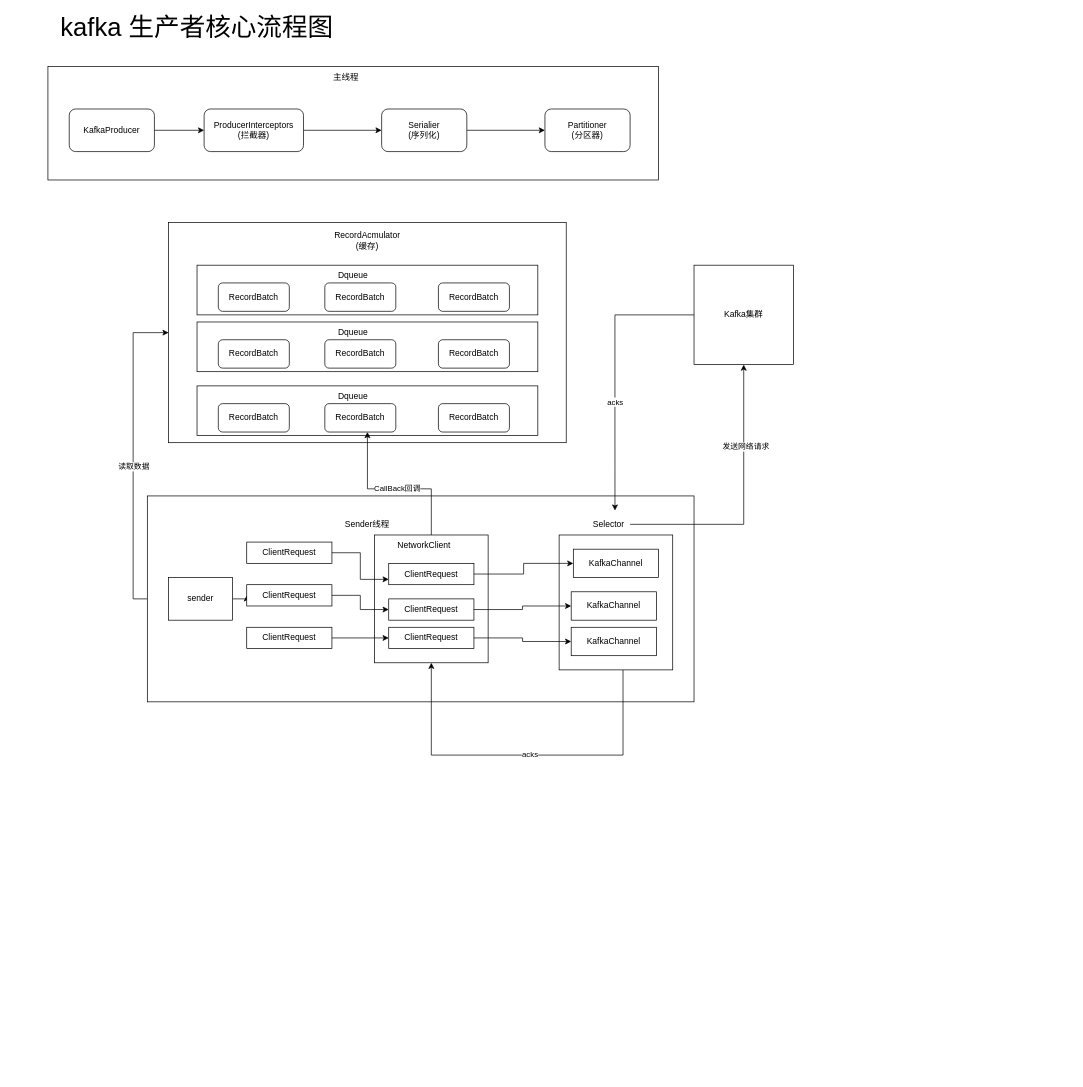
Earlier version of the draw.io diagram KAFKA源码.drawio (heyuan-sys/testgit). Source tidied: cells renumbered, new cells numbered last; positions are measured from the earlier drawing's top-left corner, leaving out a move shared by most shapes. Both pictures are drawn from the tidied source at 71%, with x=0, y=0 at pixel (48, 16).
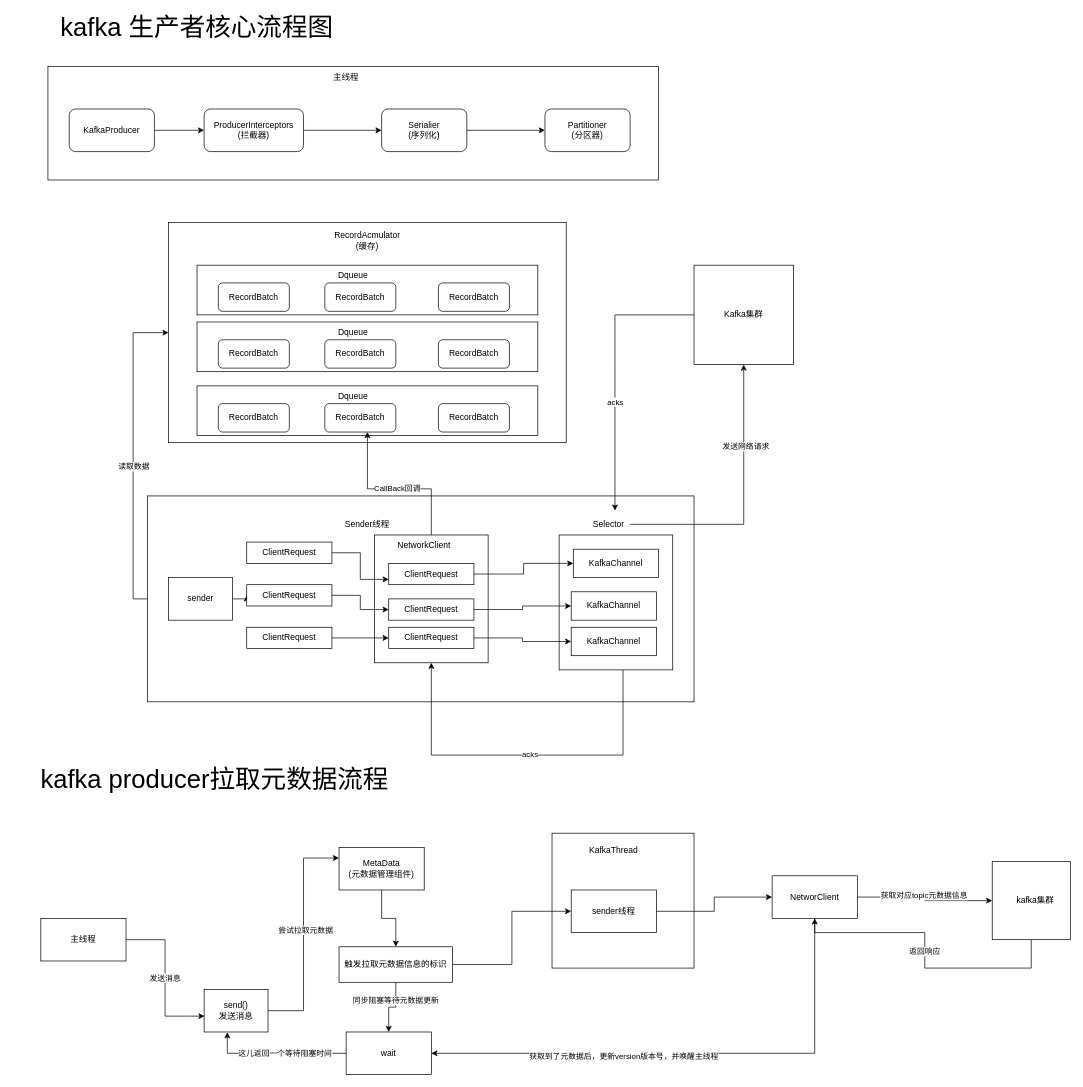
The same diagram, later.

What changed in the source:
```diff
@@
+    <mxCell id="63" value="主线程" style="rounded=0;whiteSpace=wrap;html=1;" parent="1" vertex="1">
+      <mxGeometry x="-10" y="1270" width="120" height="60" as="geometry" />
+    </mxCell>
+    <mxCell id="64" value="kafka producer拉取元数据流程" style="text;html=1;strokeColor=none;fillColor=none;align=center;verticalAlign=middle;whiteSpace=wrap;rounded=0;fontSize=36;" parent="1" vertex="1">
+      <mxGeometry x="-50" y="1059" width="570" height="30" as="geometry" />
+    </mxCell>
+    <mxCell id="65" style="edgeStyle=orthogonalEdgeStyle;rounded=0;jettySize=auto;html=1;entryX=0;entryY=0.25;entryDx=0;entryDy=0;" parent="1" edge="1" source="67" target="71">
+      <mxGeometry relative="1" as="geometry" />
+    </mxCell>
+    <mxCell id="66" value="尝试拉取元数据" style="edgeLabel;html=1;align=center;verticalAlign=middle;" parent="65" vertex="1">
+      <mxGeometry x="0.04" y="-2" relative="1" as="geometry" />
+    </mxCell>
+    <mxCell id="67" value="send()&lt;br&gt;发送消息" style="rounded=0;whiteSpace=wrap;html=1;" parent="1" vertex="1">
+      <mxGeometry x="220" y="1370" width="90" height="60" as="geometry" />
+    </mxCell>
+    <mxCell id="68" style="edgeStyle=orthogonalEdgeStyle;rounded=0;jettySize=auto;html=1;entryX=0.007;entryY=0.628;entryDx=0;entryDy=0;entryPerimeter=0;" parent="1" edge="1" source="63" target="67">
+      <mxGeometry relative="1" as="geometry" />
+    </mxCell>
+    <mxCell id="69" value="发送消息" style="edgeLabel;html=1;align=center;verticalAlign=middle;" parent="68" vertex="1">
+      <mxGeometry x="-0.01" y="-1" relative="1" as="geometry" />
+    </mxCell>
+    <mxCell id="70" style="edgeStyle=orthogonalEdgeStyle;rounded=0;jettySize=auto;html=1;" parent="1" edge="1" source="71" target="74">
+      <mxGeometry relative="1" as="geometry" />
+    </mxCell>
+    <mxCell id="71" value="MetaData&lt;br&gt;(元数据管理组件)" style="rounded=0;whiteSpace=wrap;html=1;" parent="1" vertex="1">
+      <mxGeometry x="410" y="1170" width="120" height="60" as="geometry" />
+    </mxCell>
+    <mxCell id="72" style="edgeStyle=orthogonalEdgeStyle;rounded=0;jettySize=auto;html=1;" parent="1" edge="1" source="74" target="75">
+      <mxGeometry relative="1" as="geometry" />
+    </mxCell>
+    <mxCell id="73" value="同步阻塞等待元数据更新" style="edgeLabel;html=1;align=center;verticalAlign=middle;" parent="72" vertex="1">
+      <mxGeometry x="-0.38" y="-1" relative="1" as="geometry" />
+    </mxCell>
+    <mxCell id="74" value="触发拉取元数据信息的标识" style="rounded=0;whiteSpace=wrap;html=1;" parent="1" vertex="1">
+      <mxGeometry x="410" y="1310" width="160" height="50" as="geometry" />
+    </mxCell>
+    <mxCell id="75" value="wait" style="rounded=0;whiteSpace=wrap;html=1;" parent="1" vertex="1">
+      <mxGeometry x="420" y="1430" width="120" height="60" as="geometry" />
+    </mxCell>
+    <mxCell id="76" style="rounded=0;whiteSpace=wrap;html=1;" parent="1" vertex="1">
+      <mxGeometry x="710" y="1150" width="200" height="190" as="geometry" />
+    </mxCell>
+    <mxCell id="77" value="KafkaThread" style="text;html=1;strokeColor=none;fillColor=none;align=center;verticalAlign=middle;whiteSpace=wrap;rounded=0;" parent="1" vertex="1">
+      <mxGeometry x="767" y="1160" width="60" height="30" as="geometry" />
+    </mxCell>
+    <mxCell id="78" style="edgeStyle=orthogonalEdgeStyle;rounded=0;jettySize=auto;html=1;entryX=0;entryY=0.5;entryDx=0;entryDy=0;" parent="1" edge="1" source="79" target="88">
+      <mxGeometry relative="1" as="geometry" />
+    </mxCell>
+    <mxCell id="79" value="sender线程" style="rounded=0;whiteSpace=wrap;html=1;" parent="1" vertex="1">
+      <mxGeometry x="737" y="1230" width="120" height="60" as="geometry" />
+    </mxCell>
+    <mxCell id="80" style="edgeStyle=orthogonalEdgeStyle;rounded=0;jettySize=auto;html=1;entryX=0;entryY=0.5;entryDx=0;entryDy=0;" parent="1" edge="1" source="74" target="79">
+      <mxGeometry relative="1" as="geometry" />
+    </mxCell>
+    <mxCell id="81" style="edgeStyle=orthogonalEdgeStyle;rounded=0;jettySize=auto;html=1;entryX=0.5;entryY=1;entryDx=0;entryDy=0;" parent="1" edge="1" source="83" target="88">
+      <mxGeometry relative="1" as="geometry">
+        <Array as="points">
+          <mxPoint x="1385" y="1340" />
+          <mxPoint x="1235" y="1340" />
+          <mxPoint x="1235" y="1290" />
+          <mxPoint x="1080" y="1290" />
+        </Array>
+      </mxGeometry>
+    </mxCell>
+    <mxCell id="82" value="返回响应" style="edgeLabel;html=1;align=center;verticalAlign=middle;" parent="81" vertex="1">
+      <mxGeometry x="0.03" y="1" relative="1" as="geometry" />
+    </mxCell>
+    <mxCell id="83" value="　kafka集群" style="whiteSpace=wrap;html=1;" parent="1" vertex="1">
+      <mxGeometry x="1330" y="1190" width="110" height="110" as="geometry" />
+    </mxCell>
+    <mxCell id="84" style="edgeStyle=orthogonalEdgeStyle;rounded=0;jettySize=auto;html=1;" parent="1" edge="1" source="88" target="83">
+      <mxGeometry relative="1" as="geometry" />
+    </mxCell>
+    <mxCell id="85" value="获取对应topic元数据信息" style="edgeLabel;html=1;align=center;verticalAlign=middle;" parent="84" vertex="1">
+      <mxGeometry x="-0.04" y="2" relative="1" as="geometry">
+        <mxPoint x="-1" y="-1" as="offset" />
+      </mxGeometry>
+    </mxCell>
+    <mxCell id="86" style="edgeStyle=orthogonalEdgeStyle;rounded=0;jettySize=auto;html=1;entryX=1;entryY=0.5;entryDx=0;entryDy=0;" parent="1" edge="1" source="88" target="75">
+      <mxGeometry relative="1" as="geometry">
+        <Array as="points">
+          <mxPoint x="1080" y="1460" />
+        </Array>
+      </mxGeometry>
+    </mxCell>
+    <mxCell id="87" value="获取到了元数据后，更新version版本号，并唤醒主线程" style="edgeLabel;html=1;align=center;verticalAlign=middle;" parent="86" vertex="1">
+      <mxGeometry x="0.26" y="3" relative="1" as="geometry" />
+    </mxCell>
+    <mxCell id="88" value="NetworClient" style="rounded=0;whiteSpace=wrap;html=1;" parent="1" vertex="1">
+      <mxGeometry x="1020" y="1210" width="120" height="60" as="geometry" />
+    </mxCell>
+    <mxCell id="89" style="edgeStyle=orthogonalEdgeStyle;rounded=0;jettySize=auto;html=1;entryX=0.363;entryY=1.006;entryDx=0;entryDy=0;entryPerimeter=0;" parent="1" edge="1" source="75" target="67">
+      <mxGeometry relative="1" as="geometry" />
+    </mxCell>
+    <mxCell id="90" value="这儿返回一个等待阻塞时间" style="edgeLabel;html=1;align=center;verticalAlign=middle;" parent="89" vertex="1">
+      <mxGeometry x="-0.12" relative="1" as="geometry" />
+    </mxCell>
```
